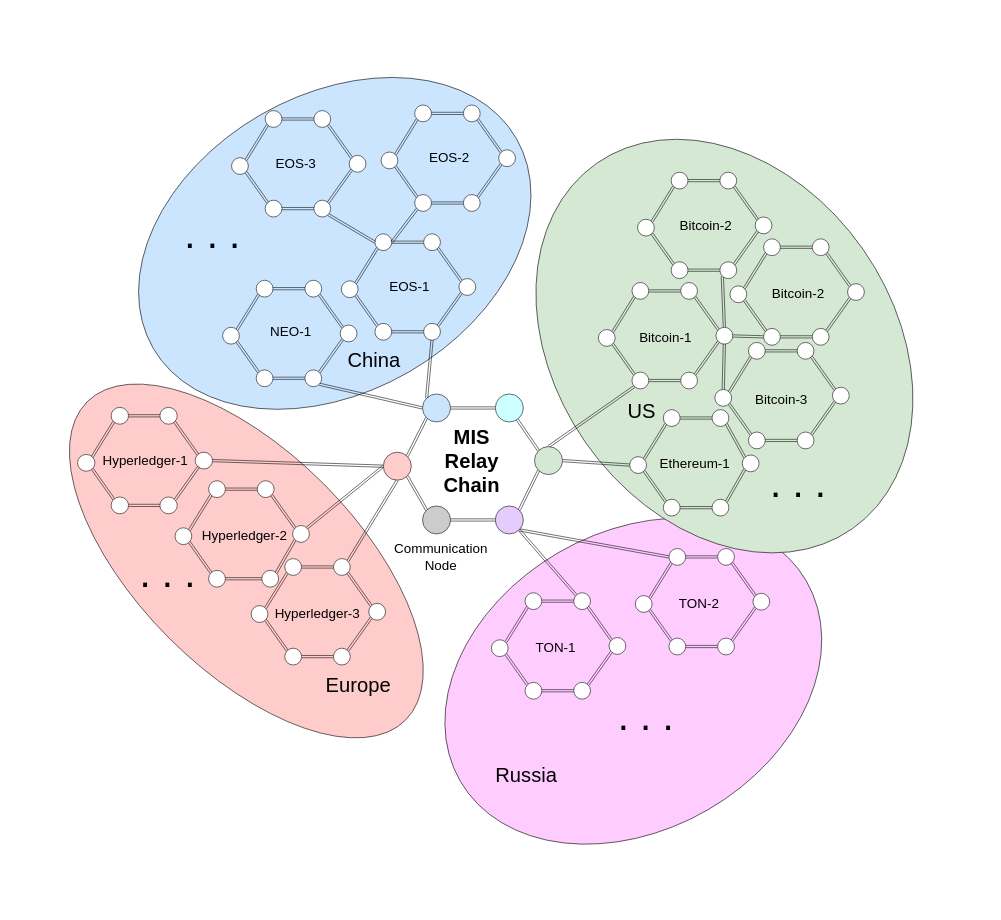
Before: relay_chain.drawio in cynic-1/Graphs, a draw.io diagram. Source tidied: cells renumbered, new cells numbered last; positions are measured from the earlier drawing's top-left corner, leaving out a move shared by most shapes. Both pictures are drawn from the tidied source at 56%, with x=0, y=0 at pixel (21, 95).
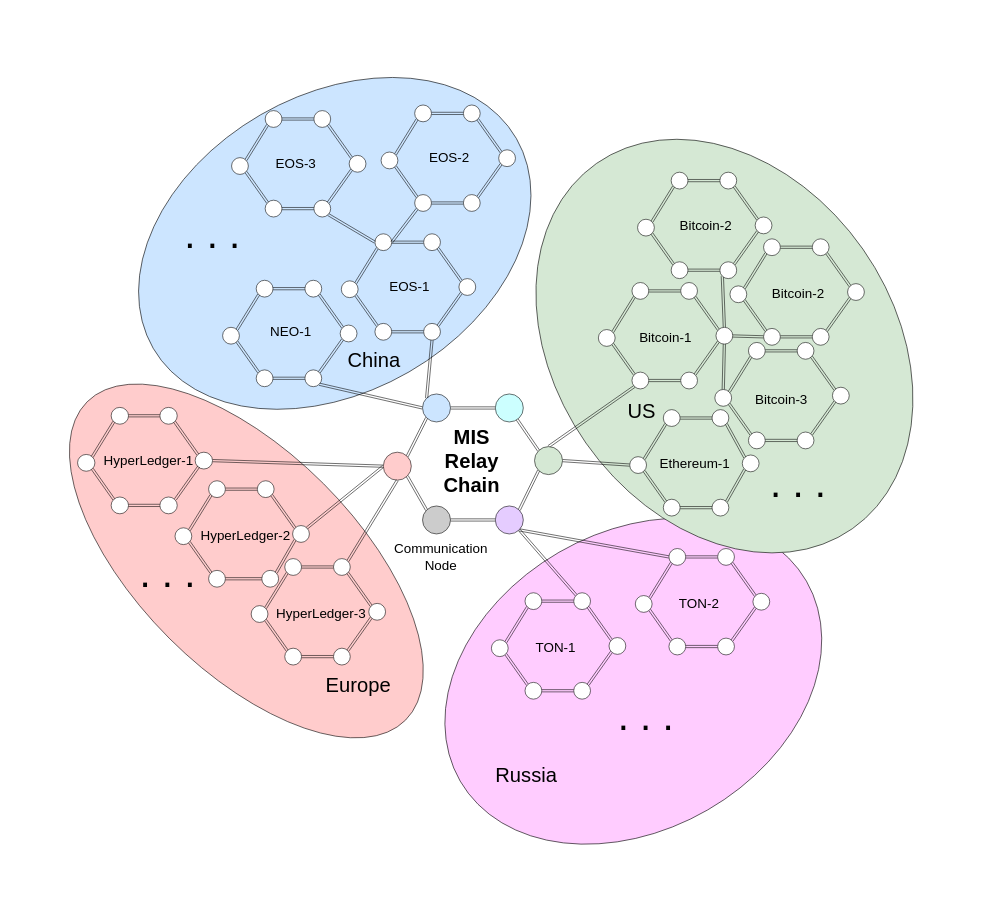
The same diagram, later.

Unchanged cells that the change refers to:
```xml
<mxCell id="207" style="group;" parent="1" vertex="1">
  <mxGeometry x="101" y="558" width="241" height="190" as="geometry" />
</mxCell>
```

Change to the diagram source:
```diff
@@
-    <mxCell id="219" value="&lt;font style=&quot;font-size: 24px;&quot;&gt;Hyperledger-1&lt;/font&gt;" style="text;strokeColor=none;align=center;fillColor=none;html=1;verticalAlign=middle;whiteSpace=wrap;rounded=0;" parent="207" vertex="1">
-      <mxGeometry x="42.5" y="80" width="156" height="30" as="geometry" />
+    <mxCell id="219" value="&lt;font style=&quot;font-size: 24px;&quot;&gt;HyperLedger-1&lt;/font&gt;" style="text;strokeColor=none;align=center;fillColor=none;html=1;verticalAlign=middle;whiteSpace=wrap;rounded=0;" parent="207" vertex="1">
+      <mxGeometry x="42.5" y="80" width="167.5" height="30" as="geometry" />
     </mxCell>
-    <mxCell id="220" value="&lt;font style=&quot;font-size: 24px;&quot;&gt;Hyperledger-2&lt;/font&gt;" style="text;strokeColor=none;align=center;fillColor=none;html=1;verticalAlign=middle;whiteSpace=wrap;rounded=0;" parent="1" vertex="1">
-      <mxGeometry x="321.5" y="773" width="155" height="30" as="geometry" />
-    </mxCell>
@@
-    <mxCell id="222" value="&lt;font style=&quot;font-size: 24px;&quot;&gt;Hyperledger-3&lt;/font&gt;" style="text;strokeColor=none;align=center;fillColor=none;html=1;verticalAlign=middle;whiteSpace=wrap;rounded=0;" parent="1" vertex="1">
-      <mxGeometry x="452" y="912" width="155" height="30" as="geometry" />
-    </mxCell>
@@
+    <mxCell id="225" value="&lt;font style=&quot;font-size: 24px;&quot;&gt;HyperLedger-2&lt;/font&gt;" style="text;strokeColor=none;align=center;fillColor=none;html=1;verticalAlign=middle;whiteSpace=wrap;rounded=0;" parent="1" vertex="1">
+      <mxGeometry x="317" y="773" width="167.5" height="30" as="geometry" />
+    </mxCell>
+    <mxCell id="226" value="&lt;font style=&quot;font-size: 24px;&quot;&gt;HyperLedger-3&lt;/font&gt;" style="text;strokeColor=none;align=center;fillColor=none;html=1;verticalAlign=middle;whiteSpace=wrap;rounded=0;" parent="1" vertex="1">
+      <mxGeometry x="452" y="912" width="167.5" height="30" as="geometry" />
+    </mxCell>
```
